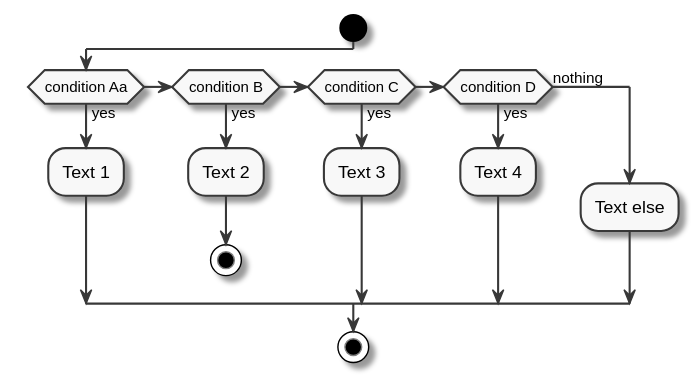
The PlantUML diagram activity-diagram.svg in mawatari/example-project-uml, before a commit.
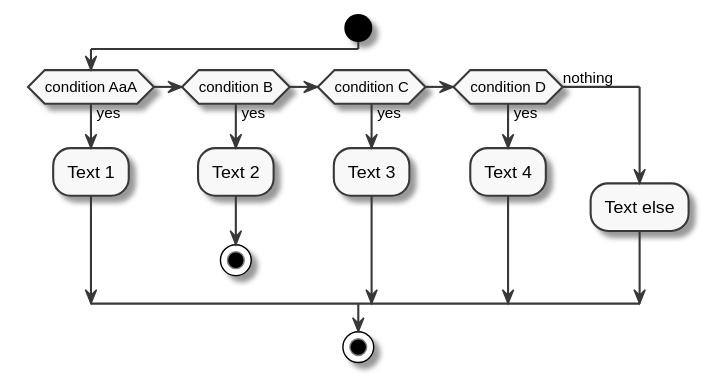
Above is the later version.

Commit message:
Automatically generated PlantUML images.

The edit, as a diff of the source:
```diff
@@ -2,7 +2,7 @@
 skinparam monochrome true
 
 start
-if (condition Aa) then (yes)
+if (condition AaA) then (yes)
   :Text 1;
 elseif (condition B) then (yes)
   :Text 2;
```
